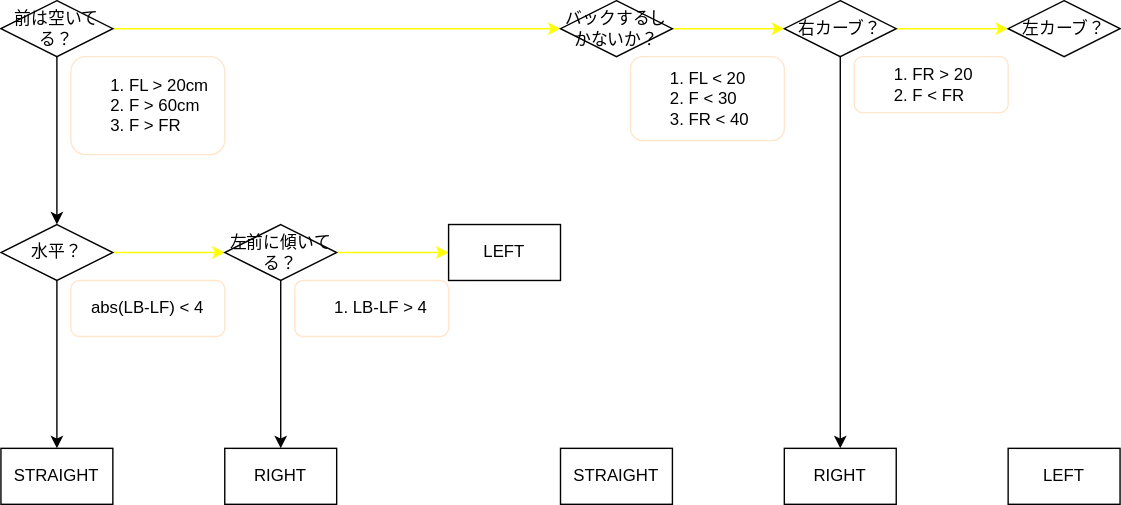
Above: toyota.drawio.svg in jizots/AI_minicar (draw.io), before the change. Source tidied: cells renumbered, new cells last; positions are measured from the earlier drawing's top-left corner, leaving out a move shared by most shapes.
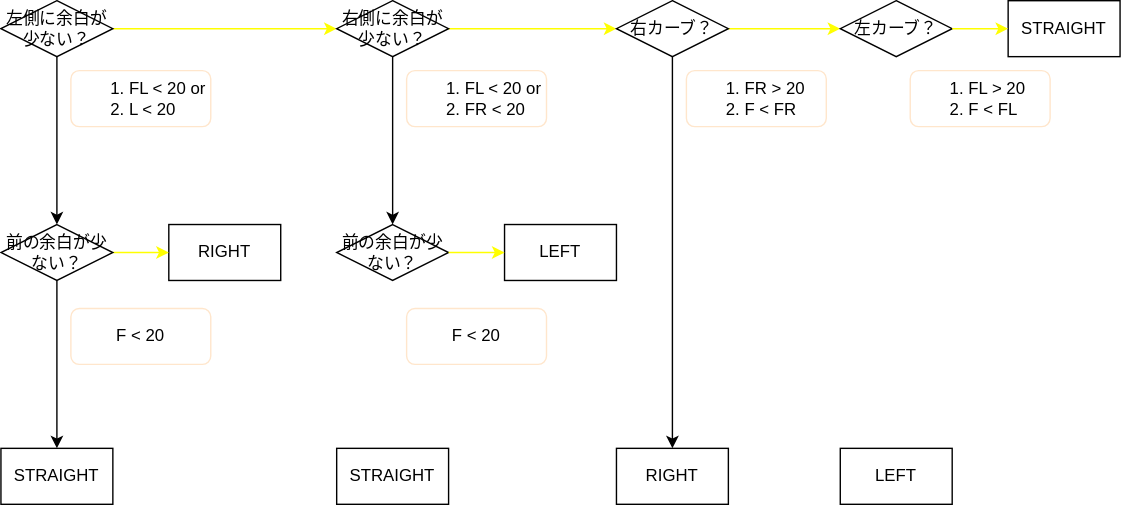
The same file after the commit.

The edit, as a diff of the source:
```diff
@@ -11,20 +11,25 @@
     <mxCell id="4" style="edgeStyle=none;html=1;exitX=0.5;exitY=1;exitDx=0;exitDy=0;entryX=0.5;entryY=0;entryDx=0;entryDy=0;" parent="1" edge="1" source="5" target="18">
       <mxGeometry relative="1" as="geometry" />
     </mxCell>
-    <mxCell id="5" value="前は空いてる？" style="rhombus;whiteSpace=wrap;html=1;" parent="1" vertex="1">
+    <mxCell id="5" value="左側に余白が少ない？" style="rhombus;whiteSpace=wrap;html=1;" parent="1" vertex="1">
       <mxGeometry width="80" height="40" as="geometry" />
     </mxCell>
-    <mxCell id="6" style="edgeStyle=none;html=1;exitX=0.5;exitY=1;exitDx=0;exitDy=0;entryX=0.5;entryY=0;entryDx=0;entryDy=0;" parent="1" edge="1" source="20" target="14">
-      <mxGeometry relative="1" as="geometry" />
+    <mxCell id="6" style="edgeStyle=none;html=1;exitX=0.5;exitY=1;exitDx=0;exitDy=0;entryX=0.5;entryY=0;entryDx=0;entryDy=0;" parent="1" edge="1" target="14">
+      <mxGeometry relative="1" as="geometry">
+        <mxPoint x="200" y="200" as="sourcePoint" />
+      </mxGeometry>
     </mxCell>
-    <mxCell id="7" style="edgeStyle=none;html=1;exitX=0.5;exitY=1;exitDx=0;exitDy=0;entryX=0.5;entryY=0;entryDx=0;entryDy=0;strokeColor=#FFFFFF;" parent="1" edge="1" source="9" target="24">
+    <mxCell id="7" style="edgeStyle=none;html=1;exitX=0.5;exitY=1;exitDx=0;exitDy=0;entryX=0.5;entryY=0;entryDx=0;entryDy=0;strokeColor=#FFFFFF;startArrow=none;" parent="1" edge="1" source="31" target="24">
       <mxGeometry relative="1" as="geometry" />
     </mxCell>
     <mxCell id="8" style="edgeStyle=none;html=1;strokeColor=#FFFF00;" parent="1" edge="1" source="9" target="12">
       <mxGeometry relative="1" as="geometry" />
     </mxCell>
+    <mxCell id="30" style="edgeStyle=none;html=1;entryX=0.5;entryY=0;entryDx=0;entryDy=0;" parent="1" edge="1" source="9" target="31">
+      <mxGeometry relative="1" as="geometry" />
+    </mxCell>
-    <mxCell id="9" value="バックするしかないか？" style="rhombus;whiteSpace=wrap;html=1;" parent="1" vertex="1">
-      <mxGeometry x="400" width="80" height="40" as="geometry" />
+    <mxCell id="9" value="右側に余白が少ない？" style="rhombus;whiteSpace=wrap;html=1;" parent="1" vertex="1">
+      <mxGeometry x="240" width="80" height="40" as="geometry" />
     </mxCell>
     <mxCell id="10" style="edgeStyle=none;html=1;exitX=0.5;exitY=1;exitDx=0;exitDy=0;entryX=0.5;entryY=0;entryDx=0;entryDy=0;" parent="1" edge="1" source="12" target="15">
       <mxGeometry relative="1" as="geometry" />
@@ -33,58 +38,67 @@
       <mxGeometry relative="1" as="geometry" />
     </mxCell>
     <mxCell id="12" value="右カーブ？" style="rhombus;whiteSpace=wrap;html=1;" parent="1" vertex="1">
-      <mxGeometry x="560" width="80" height="40" as="geometry" />
+      <mxGeometry x="440" width="80" height="40" as="geometry" />
     </mxCell>
     <mxCell id="13" value="STRAIGHT" style="whiteSpace=wrap;html=1;" parent="1" vertex="1">
       <mxGeometry y="320" width="80" height="40" as="geometry" />
     </mxCell>
     <mxCell id="14" value="RIGHT" style="whiteSpace=wrap;html=1;" parent="1" vertex="1">
-      <mxGeometry x="160" y="320" width="80" height="40" as="geometry" />
+      <mxGeometry x="120" y="160" width="80" height="40" as="geometry" />
     </mxCell>
     <mxCell id="15" value="RIGHT" style="whiteSpace=wrap;html=1;" parent="1" vertex="1">
-      <mxGeometry x="560" y="320" width="80" height="40" as="geometry" />
+      <mxGeometry x="440" y="320" width="80" height="40" as="geometry" />
     </mxCell>
-    <mxCell id="16" value="&lt;ol style=&quot;&quot;&gt;&lt;li&gt;FL &amp;gt; 20cm&lt;/li&gt;&lt;li&gt;F &amp;gt; 60cm&lt;/li&gt;&lt;li&gt;F &amp;gt; FR&lt;/li&gt;&lt;/ol&gt;" style="rounded=1;whiteSpace=wrap;html=1;strokeColor=#FFE6CC;align=left;" parent="1" vertex="1">
-      <mxGeometry x="50" y="40" width="110" height="70" as="geometry" />
+    <mxCell id="16" value="&lt;ol style=&quot;&quot;&gt;&lt;li&gt;FL &amp;lt; 20 or&lt;/li&gt;&lt;li&gt;L &amp;lt; 20&lt;/li&gt;&lt;/ol&gt;" style="rounded=1;whiteSpace=wrap;html=1;strokeColor=#FFE6CC;align=left;" parent="1" vertex="1">
+      <mxGeometry x="50" y="50" width="100" height="40" as="geometry" />
     </mxCell>
-    <mxCell id="17" style="edgeStyle=none;html=1;entryX=0;entryY=0.5;entryDx=0;entryDy=0;strokeColor=#FFFF00;" parent="1" edge="1" source="18" target="20">
+    <mxCell id="17" style="edgeStyle=none;html=1;strokeColor=#FFFF00;entryX=0;entryY=0.5;entryDx=0;entryDy=0;" parent="1" edge="1" source="18" target="14">
       <mxGeometry relative="1" as="geometry" />
     </mxCell>
-    <mxCell id="18" value="水平？" style="rhombus;whiteSpace=wrap;html=1;" parent="1" vertex="1">
+    <mxCell id="18" value="前の余白が少ない？" style="rhombus;whiteSpace=wrap;html=1;" parent="1" vertex="1">
       <mxGeometry y="160" width="80" height="40" as="geometry" />
     </mxCell>
-    <mxCell id="19" style="edgeStyle=none;html=1;exitX=1;exitY=0.5;exitDx=0;exitDy=0;entryX=0;entryY=0.5;entryDx=0;entryDy=0;strokeColor=#FFFF00;" parent="1" edge="1" source="20" target="22">
-      <mxGeometry relative="1" as="geometry" />
-    </mxCell>
-    <mxCell id="20" value="左前に傾いてる？" style="rhombus;whiteSpace=wrap;html=1;" parent="1" vertex="1">
-      <mxGeometry x="160" y="160" width="80" height="40" as="geometry" />
-    </mxCell>
-    <mxCell id="21" value="&lt;div style=&quot;&quot;&gt;&lt;span style=&quot;background-color: initial;&quot;&gt;abs(LB-LF) &amp;lt; 4&lt;/span&gt;&lt;/div&gt;" style="rounded=1;whiteSpace=wrap;html=1;strokeColor=#FFE6CC;align=center;" parent="1" vertex="1">
-      <mxGeometry x="50" y="200" width="110" height="40" as="geometry" />
+    <mxCell id="21" value="&lt;div style=&quot;&quot;&gt;&lt;span style=&quot;background-color: initial;&quot;&gt;F &amp;lt; 20&lt;/span&gt;&lt;/div&gt;" style="rounded=1;whiteSpace=wrap;html=1;strokeColor=#FFE6CC;align=center;" parent="1" vertex="1">
+      <mxGeometry x="50" y="220" width="100" height="40" as="geometry" />
     </mxCell>
-    <mxCell id="22" value="LEFT" style="whiteSpace=wrap;html=1;" parent="1" vertex="1">
-      <mxGeometry x="320" y="160" width="80" height="40" as="geometry" />
-    </mxCell>
-    <mxCell id="23" value="&lt;ol style=&quot;&quot;&gt;&lt;li&gt;LB-LF &amp;gt; 4&lt;/li&gt;&lt;/ol&gt;" style="rounded=1;whiteSpace=wrap;html=1;strokeColor=#FFE6CC;align=left;" parent="1" vertex="1">
-      <mxGeometry x="210" y="200" width="110" height="40" as="geometry" />
-    </mxCell>
     <mxCell id="24" value="STRAIGHT" style="whiteSpace=wrap;html=1;" parent="1" vertex="1">
-      <mxGeometry x="400" y="320" width="80" height="40" as="geometry" />
+      <mxGeometry x="240" y="320" width="80" height="40" as="geometry" />
     </mxCell>
     <mxCell id="25" value="&lt;ol style=&quot;&quot;&gt;&lt;li&gt;FR &amp;gt; 20&lt;/li&gt;&lt;li&gt;F &amp;lt; FR&lt;/li&gt;&lt;/ol&gt;" style="rounded=1;whiteSpace=wrap;html=1;strokeColor=#FFE6CC;align=left;" parent="1" vertex="1">
-      <mxGeometry x="610" y="40" width="110" height="40" as="geometry" />
+      <mxGeometry x="490" y="50" width="100" height="40" as="geometry" />
     </mxCell>
     <mxCell id="26" style="edgeStyle=none;html=1;exitX=0.5;exitY=1;exitDx=0;exitDy=0;entryX=0.5;entryY=0;entryDx=0;entryDy=0;strokeColor=#FFFFFF;" parent="1" edge="1" source="27" target="28">
       <mxGeometry relative="1" as="geometry" />
     </mxCell>
     <mxCell id="27" value="左カーブ？" style="rhombus;whiteSpace=wrap;html=1;" parent="1" vertex="1">
-      <mxGeometry x="720" width="80" height="40" as="geometry" />
+      <mxGeometry x="600" width="80" height="40" as="geometry" />
     </mxCell>
     <mxCell id="28" value="LEFT" style="whiteSpace=wrap;html=1;" parent="1" vertex="1">
-      <mxGeometry x="720" y="320" width="80" height="40" as="geometry" />
+      <mxGeometry x="600" y="320" width="80" height="40" as="geometry" />
     </mxCell>
-    <mxCell id="29" value="&lt;ol style=&quot;&quot;&gt;&lt;li&gt;FL &amp;lt; 20&lt;/li&gt;&lt;li&gt;F &amp;lt; 30&lt;/li&gt;&lt;li&gt;FR &amp;lt; 40&lt;/li&gt;&lt;/ol&gt;" style="rounded=1;whiteSpace=wrap;html=1;strokeColor=#FFE6CC;align=left;" parent="1" vertex="1">
-      <mxGeometry x="450" y="40" width="110" height="60" as="geometry" />
+    <mxCell id="29" value="&lt;ol style=&quot;&quot;&gt;&lt;li&gt;FL &amp;lt; 20 or&lt;/li&gt;&lt;li&gt;FR &amp;lt; 20&lt;/li&gt;&lt;/ol&gt;" style="rounded=1;whiteSpace=wrap;html=1;strokeColor=#FFE6CC;align=left;" parent="1" vertex="1">
+      <mxGeometry x="290" y="50" width="100" height="40" as="geometry" />
     </mxCell>
+    <mxCell id="31" value="前の余白が少ない？" style="rhombus;whiteSpace=wrap;html=1;" parent="1" vertex="1">
+      <mxGeometry x="240" y="160" width="80" height="40" as="geometry" />
+    </mxCell>
+    <mxCell id="22" value="LEFT" style="whiteSpace=wrap;html=1;" parent="1" vertex="1">
+      <mxGeometry x="360" y="160" width="80" height="40" as="geometry" />
+    </mxCell>
+    <mxCell id="32" style="edgeStyle=none;html=1;strokeColor=#FFFF00;entryX=0;entryY=0.5;entryDx=0;entryDy=0;exitX=1;exitY=0.5;exitDx=0;exitDy=0;" parent="1" edge="1" source="31" target="22">
+      <mxGeometry relative="1" as="geometry" />
+    </mxCell>
+    <mxCell id="33" value="&lt;div style=&quot;&quot;&gt;&lt;span style=&quot;background-color: initial;&quot;&gt;F &amp;lt; 20&lt;/span&gt;&lt;/div&gt;" style="rounded=1;whiteSpace=wrap;html=1;strokeColor=#FFE6CC;align=center;" parent="1" vertex="1">
+      <mxGeometry x="290" y="220" width="100" height="40" as="geometry" />
+    </mxCell>
+    <mxCell id="34" value="&lt;ol style=&quot;&quot;&gt;&lt;li&gt;FL &amp;gt; 20&lt;/li&gt;&lt;li&gt;F &amp;lt; FL&lt;/li&gt;&lt;/ol&gt;" style="rounded=1;whiteSpace=wrap;html=1;strokeColor=#FFE6CC;align=left;" parent="1" vertex="1">
+      <mxGeometry x="650" y="50" width="100" height="40" as="geometry" />
+    </mxCell>
+    <mxCell id="35" value="STRAIGHT" style="whiteSpace=wrap;html=1;" parent="1" vertex="1">
+      <mxGeometry x="720" width="80" height="40" as="geometry" />
+    </mxCell>
+    <mxCell id="36" style="edgeStyle=none;html=1;exitX=1;exitY=0.5;exitDx=0;exitDy=0;strokeColor=#FFFF00;entryX=0;entryY=0.5;entryDx=0;entryDy=0;" parent="1" edge="1" source="27" target="35">
+      <mxGeometry relative="1" as="geometry" />
+    </mxCell>
   </root>
 </mxGraphModel>
```
